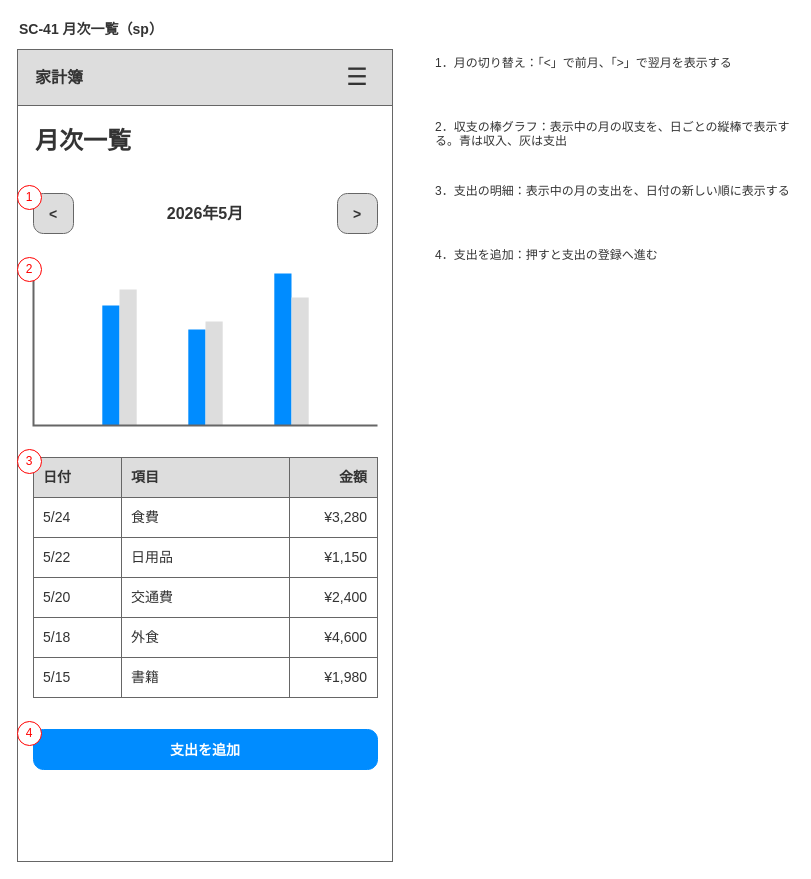
hiroshees/drawio-design-kit keeps this draw.io diagram as page "sp" (2 of 2) of outputs/wireframes/drawio/wf-sc41-ledger.drawio. Above is the earlier version. Source tidied: cells renumbered, new cells numbered last; positions are measured from the earlier drawing's top-left corner, leaving out a move shared by most shapes. Both pictures are drawn from the tidied source at 100%, with x=0, y=0 at pixel (17, 17).
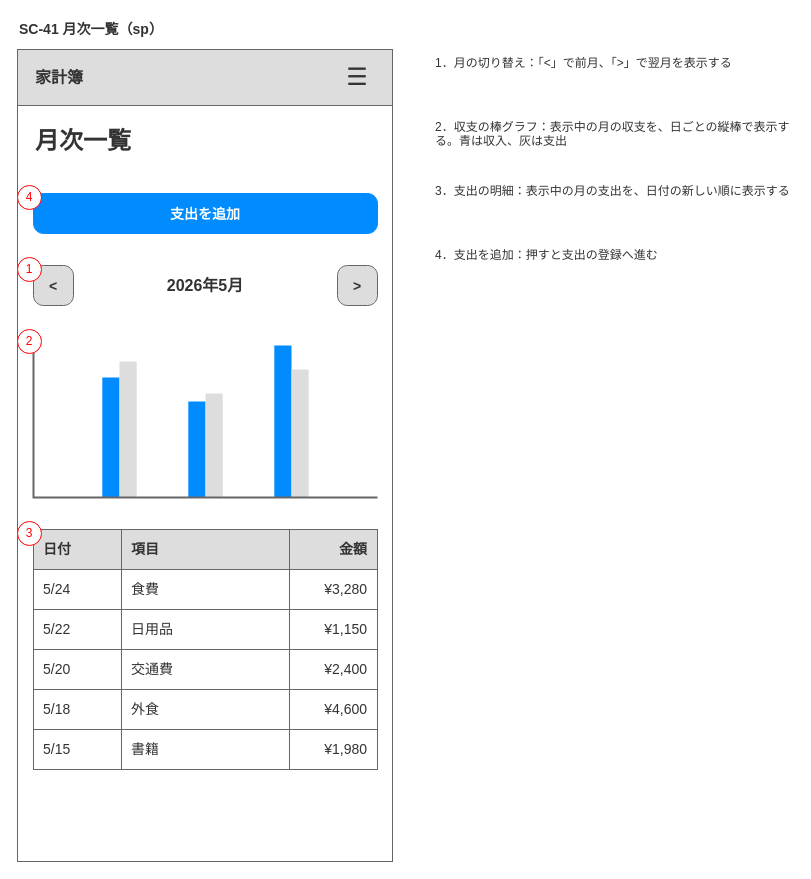
The same diagram, later.

Diff of the diagram source:
```diff
@@
-    <mxCell id="10" style="shape=mxgraph.mockup.buttons.button;html=1;whiteSpace=wrap;mainText=&lt;;strokeColor=#666666;fillColor=#dddddd;textColor=#333333;textSize=14;" parent="2" vertex="1">
-      <mxGeometry x="16" y="176" width="40" height="40" as="geometry" />
+    <mxCell id="10" style="shape=mxgraph.mockup.buttons.button;html=1;whiteSpace=wrap;mainText=支出を追加;strokeColor=#008CFF;fillColor=#008CFF;textColor=#FFFFFF;textSize=14;" parent="2" vertex="1">
+      <mxGeometry x="16" y="176" width="344" height="40" as="geometry" />
     </mxCell>
-    <mxCell id="11" value="2026年5月" style="text;html=1;whiteSpace=wrap;align=center;verticalAlign=middle;fontSize=16;fontColor=#333333;fontStyle=1;" parent="2" vertex="1">
-      <mxGeometry x="64" y="176" width="248" height="40" as="geometry" />
+    <mxCell id="11" style="shape=mxgraph.mockup.buttons.button;html=1;whiteSpace=wrap;mainText=&lt;;strokeColor=#666666;fillColor=#dddddd;textColor=#333333;textSize=14;" parent="2" vertex="1">
+      <mxGeometry x="16" y="248" width="40" height="40" as="geometry" />
     </mxCell>
-    <mxCell id="12" style="shape=mxgraph.mockup.buttons.button;html=1;whiteSpace=wrap;mainText=&gt;;strokeColor=#666666;fillColor=#dddddd;textColor=#333333;textSize=14;" parent="2" vertex="1">
-      <mxGeometry x="320" y="176" width="40" height="40" as="geometry" />
+    <mxCell id="12" value="2026年5月" style="text;html=1;whiteSpace=wrap;align=center;verticalAlign=middle;fontSize=16;fontColor=#333333;fontStyle=1;" parent="2" vertex="1">
+      <mxGeometry x="64" y="248" width="248" height="40" as="geometry" />
     </mxCell>
-    <mxCell id="13" style="shape=mxgraph.mockup.graphics.columnChart;html=1;whiteSpace=wrap;strokeColor=none;strokeColor2=none;" parent="2" vertex="1">
-      <mxGeometry x="16" y="248" width="344" height="160" as="geometry" />
+    <mxCell id="13" style="shape=mxgraph.mockup.buttons.button;html=1;whiteSpace=wrap;mainText=&gt;;strokeColor=#666666;fillColor=#dddddd;textColor=#333333;textSize=14;" parent="2" vertex="1">
+      <mxGeometry x="320" y="248" width="40" height="40" as="geometry" />
     </mxCell>
-    <mxCell id="14" value="日付" style="rounded=0;whiteSpace=wrap;html=1;fillColor=#DDDDDD;strokeColor=#666666;fontSize=14;fontColor=#333333;align=left;verticalAlign=middle;spacingLeft=8;spacingRight=8;fontStyle=1;" parent="2" vertex="1">
-      <mxGeometry x="16" y="440" width="88" height="40" as="geometry" />
+    <mxCell id="14" style="shape=mxgraph.mockup.graphics.columnChart;html=1;whiteSpace=wrap;strokeColor=none;strokeColor2=none;" parent="2" vertex="1">
+      <mxGeometry x="16" y="320" width="344" height="160" as="geometry" />
     </mxCell>
-    <mxCell id="15" value="項目" style="rounded=0;whiteSpace=wrap;html=1;fillColor=#DDDDDD;strokeColor=#666666;fontSize=14;fontColor=#333333;align=left;verticalAlign=middle;spacingLeft=8;spacingRight=8;fontStyle=1;" parent="2" vertex="1">
-      <mxGeometry x="104" y="440" width="168" height="40" as="geometry" />
+    <mxCell id="15" value="日付" style="rounded=0;whiteSpace=wrap;html=1;fillColor=#DDDDDD;strokeColor=#666666;fontSize=14;fontColor=#333333;align=left;verticalAlign=middle;spacingLeft=8;spacingRight=8;fontStyle=1;" parent="2" vertex="1">
+      <mxGeometry x="16" y="512" width="88" height="40" as="geometry" />
     </mxCell>
-    <mxCell id="16" value="金額" style="rounded=0;whiteSpace=wrap;html=1;fillColor=#DDDDDD;strokeColor=#666666;fontSize=14;fontColor=#333333;align=right;verticalAlign=middle;spacingLeft=8;spacingRight=8;fontStyle=1;" parent="2" vertex="1">
-      <mxGeometry x="272" y="440" width="88" height="40" as="geometry" />
+    <mxCell id="16" value="項目" style="rounded=0;whiteSpace=wrap;html=1;fillColor=#DDDDDD;strokeColor=#666666;fontSize=14;fontColor=#333333;align=left;verticalAlign=middle;spacingLeft=8;spacingRight=8;fontStyle=1;" parent="2" vertex="1">
+      <mxGeometry x="104" y="512" width="168" height="40" as="geometry" />
     </mxCell>
-    <mxCell id="17" value="5/24" style="rounded=0;whiteSpace=wrap;html=1;fillColor=#FFFFFF;strokeColor=#666666;fontSize=14;fontColor=#333333;align=left;verticalAlign=middle;spacingLeft=8;spacingRight=8;" parent="2" vertex="1">
-      <mxGeometry x="16" y="480" width="88" height="40" as="geometry" />
+    <mxCell id="17" value="金額" style="rounded=0;whiteSpace=wrap;html=1;fillColor=#DDDDDD;strokeColor=#666666;fontSize=14;fontColor=#333333;align=right;verticalAlign=middle;spacingLeft=8;spacingRight=8;fontStyle=1;" parent="2" vertex="1">
+      <mxGeometry x="272" y="512" width="88" height="40" as="geometry" />
     </mxCell>
-    <mxCell id="18" value="食費" style="rounded=0;whiteSpace=wrap;html=1;fillColor=#FFFFFF;strokeColor=#666666;fontSize=14;fontColor=#333333;align=left;verticalAlign=middle;spacingLeft=8;spacingRight=8;" parent="2" vertex="1">
-      <mxGeometry x="104" y="480" width="168" height="40" as="geometry" />
+    <mxCell id="18" value="5/24" style="rounded=0;whiteSpace=wrap;html=1;fillColor=#FFFFFF;strokeColor=#666666;fontSize=14;fontColor=#333333;align=left;verticalAlign=middle;spacingLeft=8;spacingRight=8;" parent="2" vertex="1">
+      <mxGeometry x="16" y="552" width="88" height="40" as="geometry" />
     </mxCell>
-    <mxCell id="19" value="¥3,280" style="rounded=0;whiteSpace=wrap;html=1;fillColor=#FFFFFF;strokeColor=#666666;fontSize=14;fontColor=#333333;align=right;verticalAlign=middle;spacingLeft=8;spacingRight=8;" parent="2" vertex="1">
-      <mxGeometry x="272" y="480" width="88" height="40" as="geometry" />
+    <mxCell id="19" value="食費" style="rounded=0;whiteSpace=wrap;html=1;fillColor=#FFFFFF;strokeColor=#666666;fontSize=14;fontColor=#333333;align=left;verticalAlign=middle;spacingLeft=8;spacingRight=8;" parent="2" vertex="1">
+      <mxGeometry x="104" y="552" width="168" height="40" as="geometry" />
     </mxCell>
-    <mxCell id="20" value="5/22" style="rounded=0;whiteSpace=wrap;html=1;fillColor=#FFFFFF;strokeColor=#666666;fontSize=14;fontColor=#333333;align=left;verticalAlign=middle;spacingLeft=8;spacingRight=8;" parent="2" vertex="1">
-      <mxGeometry x="16" y="520" width="88" height="40" as="geometry" />
+    <mxCell id="20" value="¥3,280" style="rounded=0;whiteSpace=wrap;html=1;fillColor=#FFFFFF;strokeColor=#666666;fontSize=14;fontColor=#333333;align=right;verticalAlign=middle;spacingLeft=8;spacingRight=8;" parent="2" vertex="1">
+      <mxGeometry x="272" y="552" width="88" height="40" as="geometry" />
     </mxCell>
-    <mxCell id="21" value="日用品" style="rounded=0;whiteSpace=wrap;html=1;fillColor=#FFFFFF;strokeColor=#666666;fontSize=14;fontColor=#333333;align=left;verticalAlign=middle;spacingLeft=8;spacingRight=8;" parent="2" vertex="1">
-      <mxGeometry x="104" y="520" width="168" height="40" as="geometry" />
+    <mxCell id="21" value="5/22" style="rounded=0;whiteSpace=wrap;html=1;fillColor=#FFFFFF;strokeColor=#666666;fontSize=14;fontColor=#333333;align=left;verticalAlign=middle;spacingLeft=8;spacingRight=8;" parent="2" vertex="1">
+      <mxGeometry x="16" y="592" width="88" height="40" as="geometry" />
     </mxCell>
-    <mxCell id="22" value="¥1,150" style="rounded=0;whiteSpace=wrap;html=1;fillColor=#FFFFFF;strokeColor=#666666;fontSize=14;fontColor=#333333;align=right;verticalAlign=middle;spacingLeft=8;spacingRight=8;" parent="2" vertex="1">
-      <mxGeometry x="272" y="520" width="88" height="40" as="geometry" />
+    <mxCell id="22" value="日用品" style="rounded=0;whiteSpace=wrap;html=1;fillColor=#FFFFFF;strokeColor=#666666;fontSize=14;fontColor=#333333;align=left;verticalAlign=middle;spacingLeft=8;spacingRight=8;" parent="2" vertex="1">
+      <mxGeometry x="104" y="592" width="168" height="40" as="geometry" />
     </mxCell>
-    <mxCell id="23" value="5/20" style="rounded=0;whiteSpace=wrap;html=1;fillColor=#FFFFFF;strokeColor=#666666;fontSize=14;fontColor=#333333;align=left;verticalAlign=middle;spacingLeft=8;spacingRight=8;" parent="2" vertex="1">
-      <mxGeometry x="16" y="560" width="88" height="40" as="geometry" />
+    <mxCell id="23" value="¥1,150" style="rounded=0;whiteSpace=wrap;html=1;fillColor=#FFFFFF;strokeColor=#666666;fontSize=14;fontColor=#333333;align=right;verticalAlign=middle;spacingLeft=8;spacingRight=8;" parent="2" vertex="1">
+      <mxGeometry x="272" y="592" width="88" height="40" as="geometry" />
     </mxCell>
-    <mxCell id="24" value="交通費" style="rounded=0;whiteSpace=wrap;html=1;fillColor=#FFFFFF;strokeColor=#666666;fontSize=14;fontColor=#333333;align=left;verticalAlign=middle;spacingLeft=8;spacingRight=8;" parent="2" vertex="1">
-      <mxGeometry x="104" y="560" width="168" height="40" as="geometry" />
+    <mxCell id="24" value="5/20" style="rounded=0;whiteSpace=wrap;html=1;fillColor=#FFFFFF;strokeColor=#666666;fontSize=14;fontColor=#333333;align=left;verticalAlign=middle;spacingLeft=8;spacingRight=8;" parent="2" vertex="1">
+      <mxGeometry x="16" y="632" width="88" height="40" as="geometry" />
     </mxCell>
-    <mxCell id="25" value="¥2,400" style="rounded=0;whiteSpace=wrap;html=1;fillColor=#FFFFFF;strokeColor=#666666;fontSize=14;fontColor=#333333;align=right;verticalAlign=middle;spacingLeft=8;spacingRight=8;" parent="2" vertex="1">
-      <mxGeometry x="272" y="560" width="88" height="40" as="geometry" />
+    <mxCell id="25" value="交通費" style="rounded=0;whiteSpace=wrap;html=1;fillColor=#FFFFFF;strokeColor=#666666;fontSize=14;fontColor=#333333;align=left;verticalAlign=middle;spacingLeft=8;spacingRight=8;" parent="2" vertex="1">
+      <mxGeometry x="104" y="632" width="168" height="40" as="geometry" />
     </mxCell>
-    <mxCell id="26" value="5/18" style="rounded=0;whiteSpace=wrap;html=1;fillColor=#FFFFFF;strokeColor=#666666;fontSize=14;fontColor=#333333;align=left;verticalAlign=middle;spacingLeft=8;spacingRight=8;" parent="2" vertex="1">
-      <mxGeometry x="16" y="600" width="88" height="40" as="geometry" />
+    <mxCell id="26" value="¥2,400" style="rounded=0;whiteSpace=wrap;html=1;fillColor=#FFFFFF;strokeColor=#666666;fontSize=14;fontColor=#333333;align=right;verticalAlign=middle;spacingLeft=8;spacingRight=8;" parent="2" vertex="1">
+      <mxGeometry x="272" y="632" width="88" height="40" as="geometry" />
     </mxCell>
-    <mxCell id="27" value="外食" style="rounded=0;whiteSpace=wrap;html=1;fillColor=#FFFFFF;strokeColor=#666666;fontSize=14;fontColor=#333333;align=left;verticalAlign=middle;spacingLeft=8;spacingRight=8;" parent="2" vertex="1">
-      <mxGeometry x="104" y="600" width="168" height="40" as="geometry" />
+    <mxCell id="27" value="5/18" style="rounded=0;whiteSpace=wrap;html=1;fillColor=#FFFFFF;strokeColor=#666666;fontSize=14;fontColor=#333333;align=left;verticalAlign=middle;spacingLeft=8;spacingRight=8;" parent="2" vertex="1">
+      <mxGeometry x="16" y="672" width="88" height="40" as="geometry" />
     </mxCell>
-    <mxCell id="28" value="¥4,600" style="rounded=0;whiteSpace=wrap;html=1;fillColor=#FFFFFF;strokeColor=#666666;fontSize=14;fontColor=#333333;align=right;verticalAlign=middle;spacingLeft=8;spacingRight=8;" parent="2" vertex="1">
-      <mxGeometry x="272" y="600" width="88" height="40" as="geometry" />
+    <mxCell id="28" value="外食" style="rounded=0;whiteSpace=wrap;html=1;fillColor=#FFFFFF;strokeColor=#666666;fontSize=14;fontColor=#333333;align=left;verticalAlign=middle;spacingLeft=8;spacingRight=8;" parent="2" vertex="1">
+      <mxGeometry x="104" y="672" width="168" height="40" as="geometry" />
     </mxCell>
-    <mxCell id="29" value="5/15" style="rounded=0;whiteSpace=wrap;html=1;fillColor=#FFFFFF;strokeColor=#666666;fontSize=14;fontColor=#333333;align=left;verticalAlign=middle;spacingLeft=8;spacingRight=8;" parent="2" vertex="1">
-      <mxGeometry x="16" y="640" width="88" height="40" as="geometry" />
+    <mxCell id="29" value="¥4,600" style="rounded=0;whiteSpace=wrap;html=1;fillColor=#FFFFFF;strokeColor=#666666;fontSize=14;fontColor=#333333;align=right;verticalAlign=middle;spacingLeft=8;spacingRight=8;" parent="2" vertex="1">
+      <mxGeometry x="272" y="672" width="88" height="40" as="geometry" />
     </mxCell>
-    <mxCell id="30" value="書籍" style="rounded=0;whiteSpace=wrap;html=1;fillColor=#FFFFFF;strokeColor=#666666;fontSize=14;fontColor=#333333;align=left;verticalAlign=middle;spacingLeft=8;spacingRight=8;" parent="2" vertex="1">
-      <mxGeometry x="104" y="640" width="168" height="40" as="geometry" />
+    <mxCell id="30" value="5/15" style="rounded=0;whiteSpace=wrap;html=1;fillColor=#FFFFFF;strokeColor=#666666;fontSize=14;fontColor=#333333;align=left;verticalAlign=middle;spacingLeft=8;spacingRight=8;" parent="2" vertex="1">
+      <mxGeometry x="16" y="712" width="88" height="40" as="geometry" />
     </mxCell>
-    <mxCell id="31" value="¥1,980" style="rounded=0;whiteSpace=wrap;html=1;fillColor=#FFFFFF;strokeColor=#666666;fontSize=14;fontColor=#333333;align=right;verticalAlign=middle;spacingLeft=8;spacingRight=8;" parent="2" vertex="1">
-      <mxGeometry x="272" y="640" width="88" height="40" as="geometry" />
+    <mxCell id="31" value="書籍" style="rounded=0;whiteSpace=wrap;html=1;fillColor=#FFFFFF;strokeColor=#666666;fontSize=14;fontColor=#333333;align=left;verticalAlign=middle;spacingLeft=8;spacingRight=8;" parent="2" vertex="1">
+      <mxGeometry x="104" y="712" width="168" height="40" as="geometry" />
     </mxCell>
-    <mxCell id="32" style="shape=mxgraph.mockup.buttons.button;html=1;whiteSpace=wrap;mainText=支出を追加;strokeColor=#008CFF;fillColor=#008CFF;textColor=#FFFFFF;textSize=14;" parent="2" vertex="1">
-      <mxGeometry x="16" y="712" width="344" height="40" as="geometry" />
+    <mxCell id="32" value="¥1,980" style="rounded=0;whiteSpace=wrap;html=1;fillColor=#FFFFFF;strokeColor=#666666;fontSize=14;fontColor=#333333;align=right;verticalAlign=middle;spacingLeft=8;spacingRight=8;" parent="2" vertex="1">
+      <mxGeometry x="272" y="712" width="88" height="40" as="geometry" />
     </mxCell>
     <mxCell id="33" value="1" style="ellipse;whiteSpace=wrap;html=1;fillColor=#FFFFFF;strokeColor=#FF0000;fontColor=#FF0000;fontSize=12;" parent="3" vertex="1">
-      <mxGeometry y="168" width="24" height="24" as="geometry" />
+      <mxGeometry y="240" width="24" height="24" as="geometry" />
     </mxCell>
@@
     <mxCell id="35" value="2" style="ellipse;whiteSpace=wrap;html=1;fillColor=#FFFFFF;strokeColor=#FF0000;fontColor=#FF0000;fontSize=12;" parent="3" vertex="1">
-      <mxGeometry y="240" width="24" height="24" as="geometry" />
+      <mxGeometry y="312" width="24" height="24" as="geometry" />
     </mxCell>
@@
     <mxCell id="37" value="3" style="ellipse;whiteSpace=wrap;html=1;fillColor=#FFFFFF;strokeColor=#FF0000;fontColor=#FF0000;fontSize=12;" parent="3" vertex="1">
-      <mxGeometry y="432" width="24" height="24" as="geometry" />
+      <mxGeometry y="504" width="24" height="24" as="geometry" />
     </mxCell>
@@
     <mxCell id="39" value="4" style="ellipse;whiteSpace=wrap;html=1;fillColor=#FFFFFF;strokeColor=#FF0000;fontColor=#FF0000;fontSize=12;" parent="3" vertex="1">
-      <mxGeometry y="704" width="24" height="24" as="geometry" />
+      <mxGeometry y="168" width="24" height="24" as="geometry" />
     </mxCell>
```
